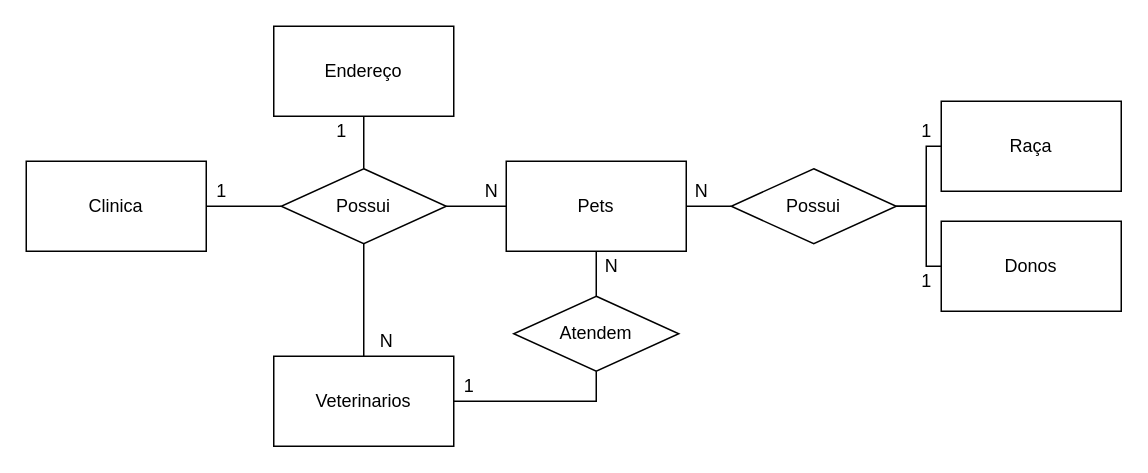
Viniart/SENAI_1BD keeps this draw.io diagram as page "Conceitual" (1 of 2) of exercicios/1.3-exercicio-pclinics/exercicio-1.3.drawio. Above is the earlier version. Source tidied: cells renumbered, new cells numbered last; positions are measured from the earlier drawing's top-left corner, leaving out a move shared by most shapes. Both pictures are drawn from the tidied source at 150%, with x=0, y=0 at pixel (26, 26).
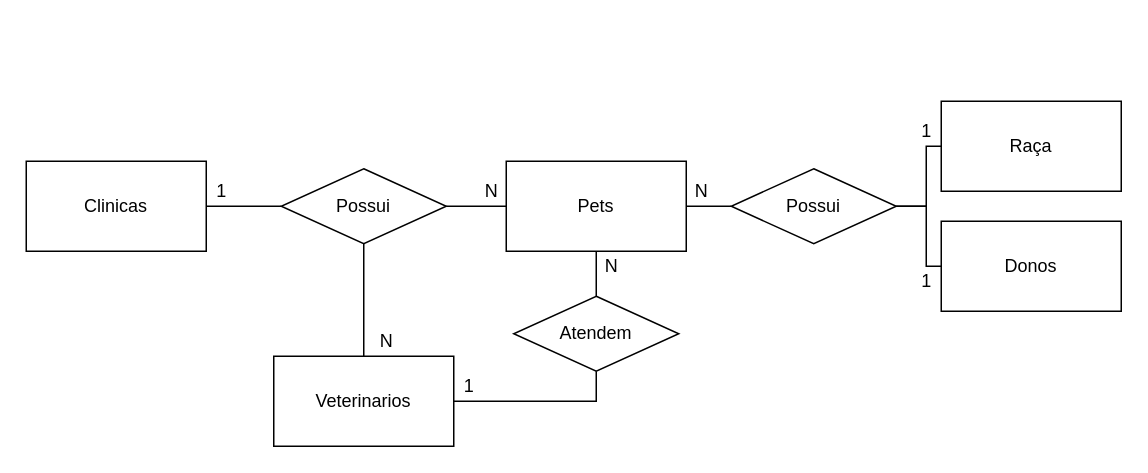
The same page after the edit.

Unchanged cells that the change refers to:
```xml
<mxCell id="7" value="Possui" style="rhombus;whiteSpace=wrap;html=1;" parent="1" vertex="1">
  <mxGeometry x="170" y="95" width="110" height="50" as="geometry" />
</mxCell>
```

Diff of the diagram source:
```diff
@@
-    <mxCell id="3" value="Clinica" style="rounded=0;whiteSpace=wrap;html=1;" parent="1" vertex="1">
+    <mxCell id="3" value="Clinicas" style="rounded=0;whiteSpace=wrap;html=1;" parent="1" vertex="1">
       <mxGeometry y="90" width="120" height="60" as="geometry" />
     </mxCell>
-    <mxCell id="4" style="edgeStyle=orthogonalEdgeStyle;rounded=0;jettySize=auto;html=1;entryX=0.5;entryY=1;entryDx=0;entryDy=0;endArrow=none;endFill=0;" parent="1" edge="1" source="7" target="10">
-      <mxGeometry relative="1" as="geometry" />
-    </mxCell>
@@
-    <mxCell id="10" value="Endereço" style="rounded=0;whiteSpace=wrap;html=1;" parent="1" vertex="1">
-      <mxGeometry x="165" width="120" height="60" as="geometry" />
-    </mxCell>
@@
-    <mxCell id="21" value="1" style="text;html=1;align=center;verticalAlign=middle;" parent="1" vertex="1">
-      <mxGeometry x="200" y="60" width="20" height="20" as="geometry" />
-    </mxCell>
```
